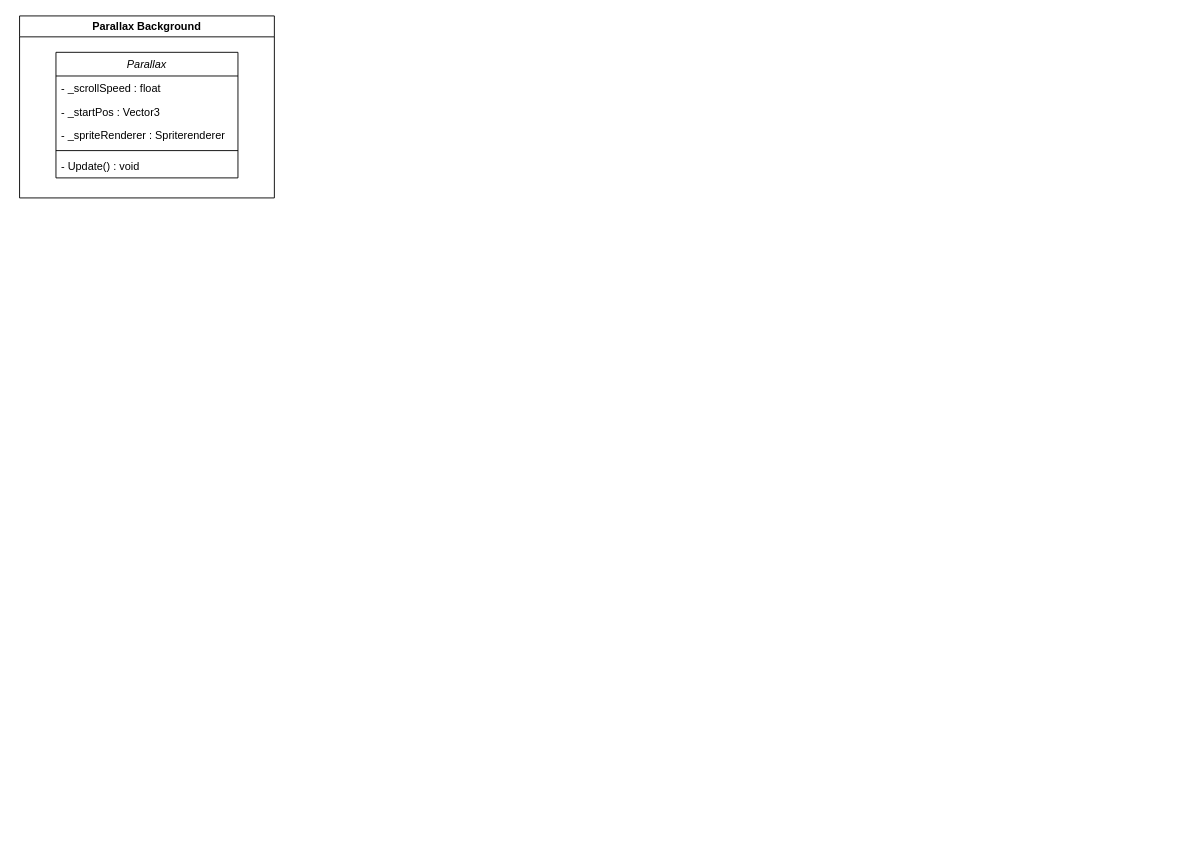
This is Assets/Diagramme sans nom.drawio from Posey50/FloppyBird, a draw.io file, before an edit. Source tidied: cells renumbered, new cells numbered last; positions are measured from the earlier drawing's top-left corner, leaving out a move shared by most shapes. Both pictures are drawn from the tidied source at 91%, with x=0, y=0 at pixel (19, 15).
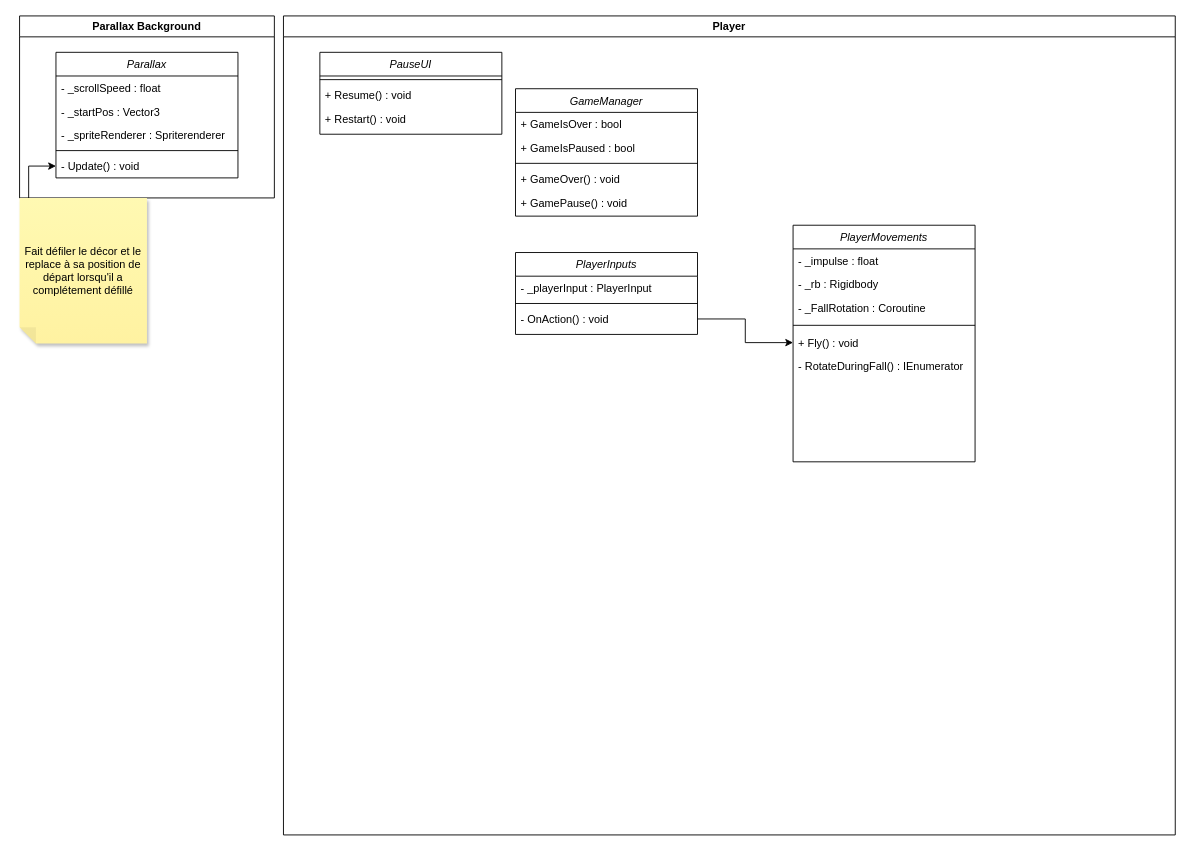
After the change.

Commit message:
Avancée du diagramme

Unchanged cells that the change refers to:
```xml
<mxCell id="8" value="- Update() : void" style="text;align=left;verticalAlign=top;spacingLeft=4;spacingRight=4;overflow=hidden;points=[[0,0.5],[1,0.5]];portConstraint=eastwest;" parent="3" vertex="1">
  <mxGeometry y="112" width="200" height="26" as="geometry" />
</mxCell>
```

Diff of the diagram source:
```diff
@@
+    <mxCell id="9" style="edgeStyle=orthogonalEdgeStyle;rounded=0;jettySize=auto;html=1;exitX=0;exitY=0;exitDx=130;exitDy=10;exitPerimeter=0;" parent="1" edge="1" source="10" target="8">
+      <mxGeometry relative="1" as="geometry" />
+    </mxCell>
+    <mxCell id="10" value="Fait défiler le décor et le replace à sa position de départ lorsqu'il a complétement&amp;nbsp;défillé" style="shape=note;whiteSpace=wrap;html=1;backgroundOutline=1;fontColor=#000000;darkOpacity=0.05;fillColor=#FFF9B2;strokeColor=none;fillStyle=solid;direction=west;gradientDirection=north;gradientColor=#FFF2A1;shadow=1;size=18;" parent="1" vertex="1">
+      <mxGeometry y="200" width="140" height="160" as="geometry" />
+    </mxCell>
+    <mxCell id="11" value="Player" style="swimlane;whiteSpace=wrap;html=1;" parent="1" vertex="1">
+      <mxGeometry x="290" width="980" height="900" as="geometry" />
+    </mxCell>
+    <mxCell id="12" value="PlayerMovements" style="swimlane;fontStyle=2;align=center;verticalAlign=top;horizontal=1;startSize=26;rounded=0;shadow=0;strokeWidth=1;" parent="11" vertex="1">
+      <mxGeometry x="560" y="230" width="200" height="260" as="geometry" />
+    </mxCell>
+    <mxCell id="13" value="- _impulse : float" style="text;align=left;verticalAlign=top;spacingLeft=4;spacingRight=4;overflow=hidden;" parent="12" vertex="1">
+      <mxGeometry y="26" width="200" height="26" as="geometry" />
+    </mxCell>
+    <mxCell id="14" value="- _rb : Rigidbody" style="text;align=left;verticalAlign=top;spacingLeft=4;spacingRight=4;overflow=hidden;rounded=0;shadow=0;html=0;" parent="12" vertex="1">
+      <mxGeometry y="52" width="200" height="26" as="geometry" />
+    </mxCell>
+    <mxCell id="15" value="- _FallRotation : Coroutine" style="text;align=left;verticalAlign=top;spacingLeft=4;spacingRight=4;overflow=hidden;" parent="12" vertex="1">
+      <mxGeometry y="78" width="200" height="26" as="geometry" />
+    </mxCell>
+    <mxCell id="16" style="line;html=1;strokeWidth=1;align=left;verticalAlign=middle;spacingTop=-1;spacingLeft=3;spacingRight=3;labelPosition=right;" parent="12" vertex="1">
+      <mxGeometry y="104" width="200" height="12" as="geometry" />
+    </mxCell>
+    <mxCell id="17" value="+ Fly() : void" style="text;align=left;verticalAlign=top;spacingLeft=4;spacingRight=4;overflow=hidden;points=[[0,0.5],[1,0.5]];portConstraint=eastwest;" parent="12" vertex="1">
+      <mxGeometry y="116" width="200" height="26" as="geometry" />
+    </mxCell>
+    <mxCell id="18" value="- RotateDuringFall() : IEnumerator" style="text;align=left;verticalAlign=top;spacingLeft=4;spacingRight=4;overflow=hidden;" parent="12" vertex="1">
+      <mxGeometry y="142" width="200" height="26" as="geometry" />
+    </mxCell>
+    <mxCell id="19" value="PlayerInputs" style="swimlane;fontStyle=2;align=center;verticalAlign=top;horizontal=1;startSize=26;rounded=0;shadow=0;strokeWidth=1;" parent="11" vertex="1">
+      <mxGeometry x="255" y="260" width="200" height="90" as="geometry" />
+    </mxCell>
+    <mxCell id="20" value="- _playerInput : PlayerInput" style="text;align=left;verticalAlign=top;spacingLeft=4;spacingRight=4;overflow=hidden;" parent="19" vertex="1">
+      <mxGeometry y="26" width="200" height="26" as="geometry" />
+    </mxCell>
+    <mxCell id="21" style="line;html=1;strokeWidth=1;align=left;verticalAlign=middle;spacingTop=-1;spacingLeft=3;spacingRight=3;labelPosition=right;" parent="19" vertex="1">
+      <mxGeometry y="52" width="200" height="8" as="geometry" />
+    </mxCell>
+    <mxCell id="22" value="- OnAction() : void" style="text;align=left;verticalAlign=top;spacingLeft=4;spacingRight=4;overflow=hidden;points=[[0,0.5],[1,0.5]];portConstraint=eastwest;" parent="19" vertex="1">
+      <mxGeometry y="60" width="200" height="26" as="geometry" />
+    </mxCell>
+    <mxCell id="23" value="GameManager" style="swimlane;fontStyle=2;align=center;verticalAlign=top;horizontal=1;startSize=26;rounded=0;shadow=0;strokeWidth=1;" parent="11" vertex="1">
+      <mxGeometry x="255" y="80" width="200" height="140" as="geometry" />
+    </mxCell>
+    <mxCell id="24" value="+ GameIsOver : bool" style="text;align=left;verticalAlign=top;spacingLeft=4;spacingRight=4;overflow=hidden;" parent="23" vertex="1">
+      <mxGeometry y="26" width="200" height="26" as="geometry" />
+    </mxCell>
+    <mxCell id="25" value="+ GameIsPaused : bool" style="text;align=left;verticalAlign=top;spacingLeft=4;spacingRight=4;overflow=hidden;" parent="23" vertex="1">
+      <mxGeometry y="52" width="200" height="26" as="geometry" />
+    </mxCell>
+    <mxCell id="26" style="line;html=1;strokeWidth=1;align=left;verticalAlign=middle;spacingTop=-1;spacingLeft=3;spacingRight=3;labelPosition=right;" parent="23" vertex="1">
+      <mxGeometry y="78" width="200" height="8" as="geometry" />
+    </mxCell>
+    <mxCell id="27" value="+ GameOver() : void" style="text;align=left;verticalAlign=top;spacingLeft=4;spacingRight=4;overflow=hidden;" parent="23" vertex="1">
+      <mxGeometry y="86" width="200" height="26" as="geometry" />
+    </mxCell>
+    <mxCell id="28" value="+ GamePause() : void" style="text;align=left;verticalAlign=top;spacingLeft=4;spacingRight=4;overflow=hidden;" parent="23" vertex="1">
+      <mxGeometry y="112" width="200" height="26" as="geometry" />
+    </mxCell>
+    <mxCell id="29" value="PauseUI" style="swimlane;fontStyle=2;align=center;verticalAlign=top;horizontal=1;startSize=26;rounded=0;shadow=0;strokeWidth=1;" parent="11" vertex="1">
+      <mxGeometry x="40" y="40" width="200" height="90" as="geometry" />
+    </mxCell>
+    <mxCell id="30" style="line;html=1;strokeWidth=1;align=left;verticalAlign=middle;spacingTop=-1;spacingLeft=3;spacingRight=3;labelPosition=right;" parent="29" vertex="1">
+      <mxGeometry y="26" width="200" height="8" as="geometry" />
+    </mxCell>
+    <mxCell id="31" value="+ Resume() : void" style="text;align=left;verticalAlign=top;spacingLeft=4;spacingRight=4;overflow=hidden;" parent="29" vertex="1">
+      <mxGeometry y="34" width="200" height="26" as="geometry" />
+    </mxCell>
+    <mxCell id="32" value="+ Restart() : void" style="text;align=left;verticalAlign=top;spacingLeft=4;spacingRight=4;overflow=hidden;" parent="29" vertex="1">
+      <mxGeometry y="60" width="200" height="26" as="geometry" />
+    </mxCell>
+    <mxCell id="33" style="edgeStyle=orthogonalEdgeStyle;rounded=0;jettySize=auto;html=1;exitX=1;exitY=0.5;exitDx=0;exitDy=0;entryX=0;entryY=0.5;entryDx=0;entryDy=0;" parent="11" edge="1" source="22" target="17">
+      <mxGeometry relative="1" as="geometry" />
+    </mxCell>
```
